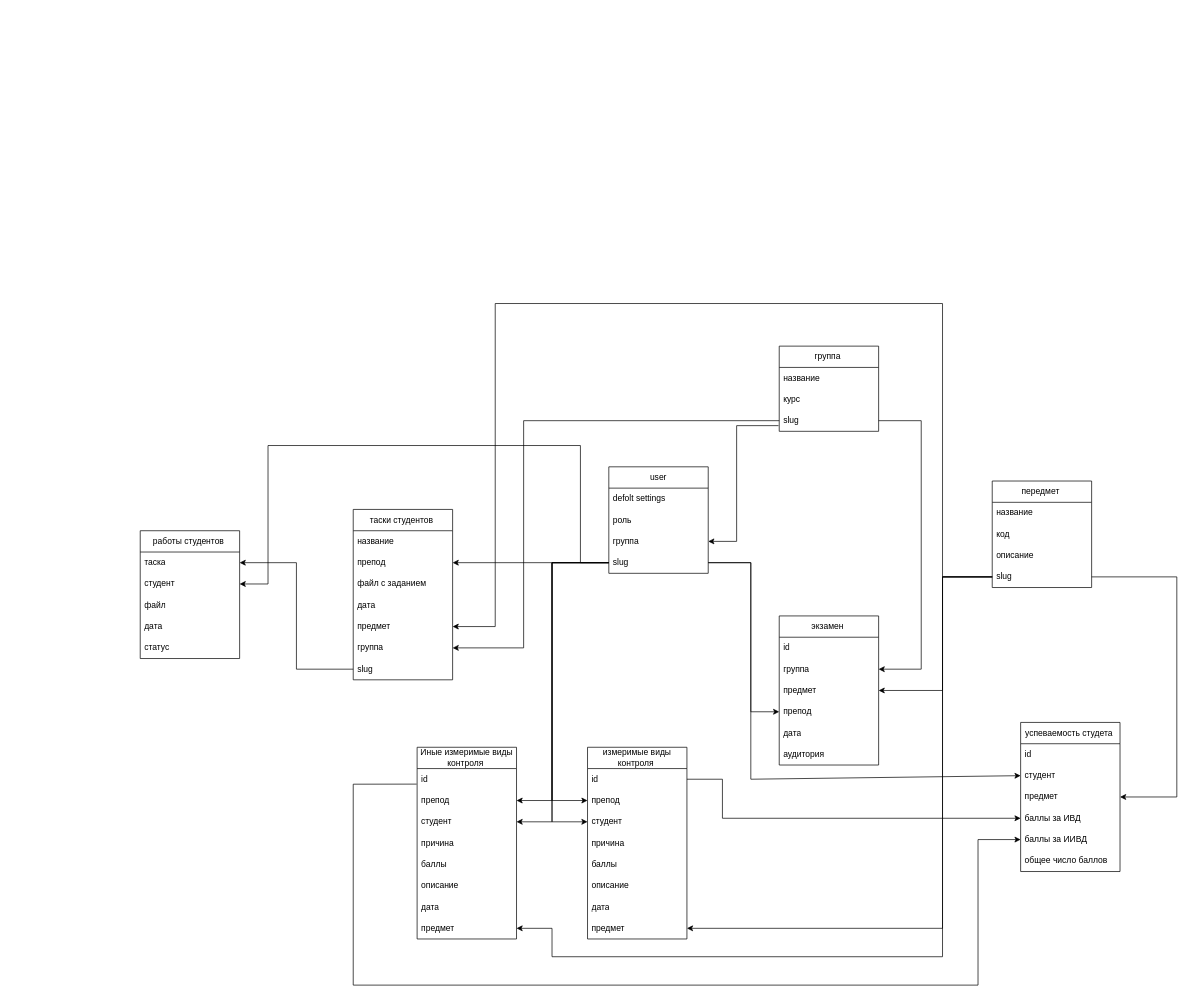
This is db.drawio from alexkhub/GraduateWork, a draw.io file, before an edit. Source tidied: cells renumbered, new cells numbered last; positions are measured from the earlier drawing's top-left corner, leaving out a move shared by most shapes. Both pictures are drawn from the tidied source at 71%, with x=0, y=0 at pixel (140, 303).
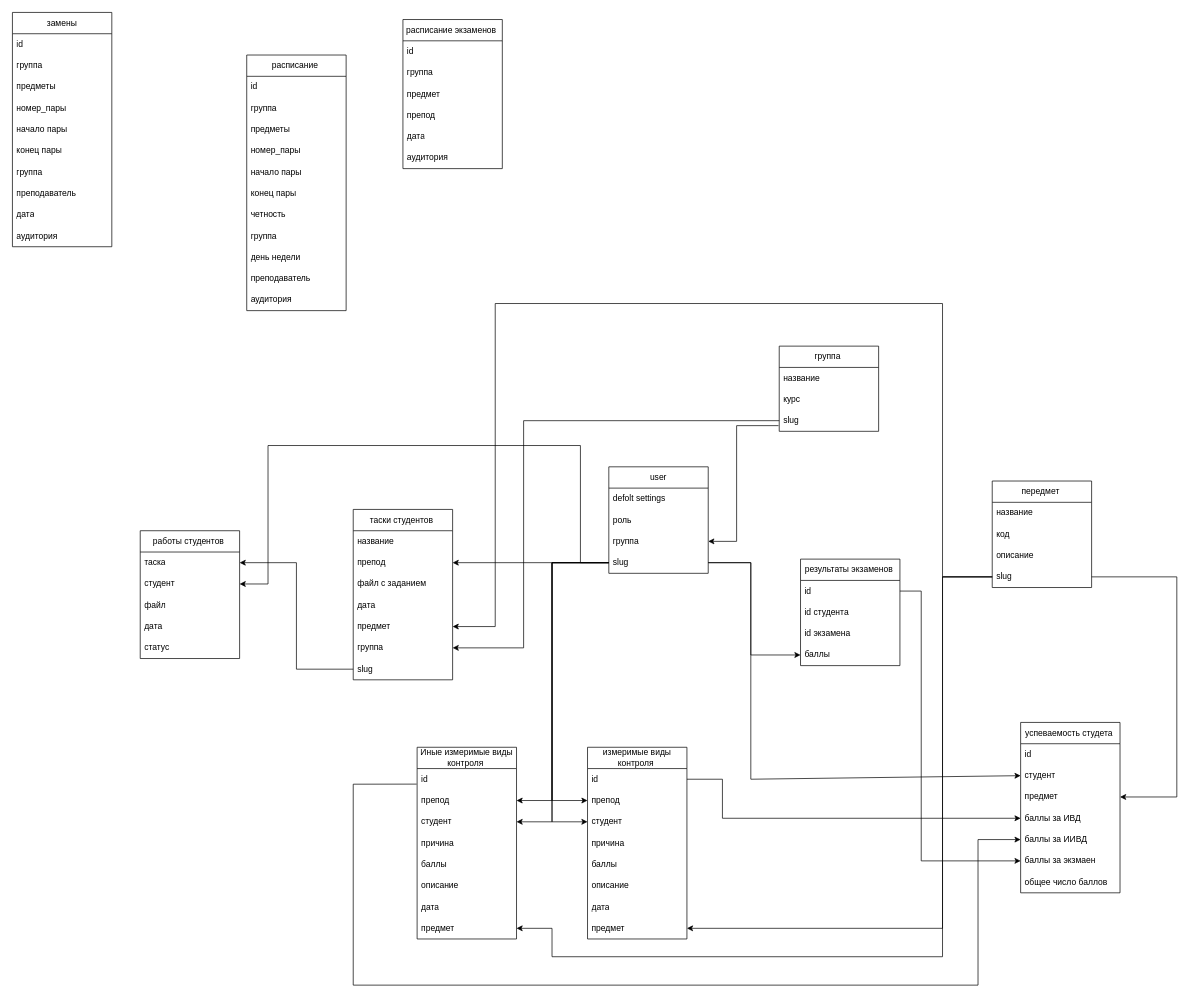
Above is the later version.

The change refers to these unchanged cells:
```xml
<mxCell id="6" value="slug" style="text;strokeColor=none;fillColor=none;align=left;verticalAlign=middle;spacingLeft=4;spacingRight=4;overflow=hidden;points=[[0,0.5],[1,0.5]];portConstraint=eastwest;whiteSpace=wrap;html=1;" parent="2" vertex="1">
  <mxGeometry y="120" width="140" height="30" as="geometry" />
</mxCell>
<mxCell id="10" value="slug" style="text;strokeColor=none;fillColor=none;align=left;verticalAlign=middle;spacingLeft=4;spacingRight=4;overflow=hidden;points=[[0,0.5],[1,0.5]];portConstraint=eastwest;whiteSpace=wrap;html=1;" parent="7" vertex="1">
  <mxGeometry y="90" width="140" height="30" as="geometry" />
</mxCell>
<mxCell id="16" value="slug" style="text;strokeColor=none;fillColor=none;align=left;verticalAlign=middle;spacingLeft=4;spacingRight=4;overflow=hidden;points=[[0,0.5],[1,0.5]];portConstraint=eastwest;whiteSpace=wrap;html=1;" parent="12" vertex="1">
  <mxGeometry y="120" width="140" height="30" as="geometry" />
</mxCell>
<mxCell id="19" value="группа&amp;nbsp;" style="text;strokeColor=none;fillColor=none;align=left;verticalAlign=middle;spacingLeft=4;spacingRight=4;overflow=hidden;points=[[0,0.5],[1,0.5]];portConstraint=eastwest;whiteSpace=wrap;html=1;" parent="17" vertex="1">
  <mxGeometry y="60" width="140" height="30" as="geometry" />
</mxCell>
<mxCell id="20" value="предмет&amp;nbsp;" style="text;strokeColor=none;fillColor=none;align=left;verticalAlign=middle;spacingLeft=4;spacingRight=4;overflow=hidden;points=[[0,0.5],[1,0.5]];portConstraint=eastwest;whiteSpace=wrap;html=1;" parent="17" vertex="1">
  <mxGeometry y="90" width="140" height="30" as="geometry" />
</mxCell>
<mxCell id="21" value="препод&amp;nbsp;" style="text;strokeColor=none;fillColor=none;align=left;verticalAlign=middle;spacingLeft=4;spacingRight=4;overflow=hidden;points=[[0,0.5],[1,0.5]];portConstraint=eastwest;whiteSpace=wrap;html=1;" parent="17" vertex="1">
  <mxGeometry y="120" width="140" height="30" as="geometry" />
</mxCell>
```

What changed in the source:
```diff
@@
-    <mxCell id="17" value="экзамен&amp;nbsp;" style="swimlane;fontStyle=0;horizontal=1;startSize=30;whiteSpace=wrap;html=1;" parent="1" vertex="1">
-      <mxGeometry x="900" y="440" width="140" height="210" as="geometry" />
+    <mxCell id="17" value="расписание экзаменов&amp;nbsp;" style="swimlane;fontStyle=0;horizontal=1;startSize=30;whiteSpace=wrap;html=1;" parent="1" vertex="1">
+      <mxGeometry x="370" y="-400" width="140" height="210" as="geometry" />
     </mxCell>
@@
-    <mxCell id="24" style="endArrow=classic;html=1;rounded=0;exitX=1;exitY=0.5;exitDx=0;exitDy=0;entryX=0;entryY=0.5;entryDx=0;entryDy=0;" parent="1" edge="1" source="6" target="21">
-      <mxGeometry relative="1" as="geometry">
-        <Array as="points">
-          <mxPoint x="860" y="365" />
-          <mxPoint x="860" y="575" />
-        </Array>
-      </mxGeometry>
-    </mxCell>
-    <mxCell id="25" style="endArrow=classic;html=1;rounded=0;exitX=1;exitY=0.5;exitDx=0;exitDy=0;entryX=1;entryY=0.5;entryDx=0;entryDy=0;" parent="1" edge="1" source="10" target="19">
-      <mxGeometry relative="1" as="geometry">
-        <Array as="points">
-          <mxPoint x="1100" y="165" />
-          <mxPoint x="1100" y="515" />
-        </Array>
-      </mxGeometry>
-    </mxCell>
-    <mxCell id="26" style="endArrow=classic;html=1;rounded=0;exitX=0;exitY=0.5;exitDx=0;exitDy=0;entryX=1;entryY=0.5;entryDx=0;entryDy=0;" parent="1" edge="1" source="16" target="20">
-      <mxGeometry relative="1" as="geometry">
-        <Array as="points">
-          <mxPoint x="1130" y="385" />
-          <mxPoint x="1130" y="545" />
-        </Array>
-      </mxGeometry>
-    </mxCell>
@@
     <mxCell id="49" value="успеваемость студета&amp;nbsp;" style="swimlane;fontStyle=0;horizontal=1;startSize=30;whiteSpace=wrap;html=1;" parent="1" vertex="1">
-      <mxGeometry x="1240" y="590" width="140" height="210" as="geometry" />
+      <mxGeometry x="1240" y="590" width="140" height="240" as="geometry" />
     </mxCell>
@@
+    <mxCell id="81" value="баллы за экзмаен&amp;nbsp;" style="text;strokeColor=none;fillColor=none;align=left;verticalAlign=middle;spacingLeft=4;spacingRight=4;overflow=hidden;points=[[0,0.5],[1,0.5]];portConstraint=eastwest;whiteSpace=wrap;html=1;" parent="49" vertex="1">
+      <mxGeometry y="180" width="140" height="30" as="geometry" />
+    </mxCell>
     <mxCell id="55" value="общее число баллов&amp;nbsp;" style="text;strokeColor=none;fillColor=none;align=left;verticalAlign=middle;spacingLeft=4;spacingRight=4;overflow=hidden;whiteSpace=wrap;html=1;" parent="49" vertex="1">
-      <mxGeometry y="180" width="140" height="30" as="geometry" />
+      <mxGeometry y="210" width="140" height="30" as="geometry" />
     </mxCell>
@@
+    <mxCell id="82" value="расписание&amp;nbsp;" style="swimlane;fontStyle=0;horizontal=1;startSize=30;whiteSpace=wrap;html=1;" parent="1" vertex="1">
+      <mxGeometry x="150" y="-350" width="140" height="360" as="geometry" />
+    </mxCell>
+    <mxCell id="83" value="id&amp;nbsp;" style="text;strokeColor=none;fillColor=none;align=left;verticalAlign=middle;spacingLeft=4;spacingRight=4;overflow=hidden;whiteSpace=wrap;html=1;" parent="82" vertex="1">
+      <mxGeometry y="30" width="140" height="30" as="geometry" />
+    </mxCell>
+    <mxCell id="84" value="группа&amp;nbsp;" style="text;strokeColor=none;fillColor=none;align=left;verticalAlign=middle;spacingLeft=4;spacingRight=4;overflow=hidden;whiteSpace=wrap;html=1;" parent="82" vertex="1">
+      <mxGeometry y="60" width="140" height="30" as="geometry" />
+    </mxCell>
+    <mxCell id="85" value="предметы&amp;nbsp;" style="text;strokeColor=none;fillColor=none;align=left;verticalAlign=middle;spacingLeft=4;spacingRight=4;overflow=hidden;whiteSpace=wrap;html=1;" parent="82" vertex="1">
+      <mxGeometry y="90" width="140" height="30" as="geometry" />
+    </mxCell>
+    <mxCell id="86" value="номер_пары&amp;nbsp;" style="text;strokeColor=none;fillColor=none;align=left;verticalAlign=middle;spacingLeft=4;spacingRight=4;overflow=hidden;whiteSpace=wrap;html=1;" parent="82" vertex="1">
+      <mxGeometry y="120" width="140" height="30" as="geometry" />
+    </mxCell>
+    <mxCell id="87" value="начало пары&amp;nbsp;" style="text;strokeColor=none;fillColor=none;align=left;verticalAlign=middle;spacingLeft=4;spacingRight=4;overflow=hidden;whiteSpace=wrap;html=1;" parent="82" vertex="1">
+      <mxGeometry y="150" width="140" height="30" as="geometry" />
+    </mxCell>
+    <mxCell id="88" value="конец пары" style="text;strokeColor=none;fillColor=none;align=left;verticalAlign=middle;spacingLeft=4;spacingRight=4;overflow=hidden;whiteSpace=wrap;html=1;" parent="82" vertex="1">
+      <mxGeometry y="180" width="140" height="30" as="geometry" />
+    </mxCell>
+    <mxCell id="89" value="четность&amp;nbsp;" style="text;strokeColor=none;fillColor=none;align=left;verticalAlign=middle;spacingLeft=4;spacingRight=4;overflow=hidden;whiteSpace=wrap;html=1;" parent="82" vertex="1">
+      <mxGeometry y="210" width="140" height="30" as="geometry" />
+    </mxCell>
+    <mxCell id="90" value="группа&amp;nbsp;" style="text;strokeColor=none;fillColor=none;align=left;verticalAlign=middle;spacingLeft=4;spacingRight=4;overflow=hidden;whiteSpace=wrap;html=1;" parent="82" vertex="1">
+      <mxGeometry y="240" width="140" height="30" as="geometry" />
+    </mxCell>
+    <mxCell id="91" value="день недели" style="text;strokeColor=none;fillColor=none;align=left;verticalAlign=middle;spacingLeft=4;spacingRight=4;overflow=hidden;whiteSpace=wrap;html=1;" parent="82" vertex="1">
+      <mxGeometry y="270" width="140" height="30" as="geometry" />
+    </mxCell>
+    <mxCell id="92" value="преподаватель&amp;nbsp;" style="text;strokeColor=none;fillColor=none;align=left;verticalAlign=middle;spacingLeft=4;spacingRight=4;overflow=hidden;whiteSpace=wrap;html=1;" parent="82" vertex="1">
+      <mxGeometry y="300" width="140" height="30" as="geometry" />
+    </mxCell>
+    <mxCell id="93" value="аудитория&amp;nbsp;" style="text;strokeColor=none;fillColor=none;align=left;verticalAlign=middle;spacingLeft=4;spacingRight=4;overflow=hidden;whiteSpace=wrap;html=1;" parent="82" vertex="1">
+      <mxGeometry y="330" width="140" height="30" as="geometry" />
+    </mxCell>
+    <mxCell id="94" value="замены" style="swimlane;fontStyle=0;horizontal=1;startSize=30;whiteSpace=wrap;html=1;" parent="1" vertex="1">
+      <mxGeometry x="-180" y="-410" width="140" height="330" as="geometry" />
+    </mxCell>
+    <mxCell id="95" value="id&amp;nbsp;" style="text;strokeColor=none;fillColor=none;align=left;verticalAlign=middle;spacingLeft=4;spacingRight=4;overflow=hidden;whiteSpace=wrap;html=1;" parent="94" vertex="1">
+      <mxGeometry y="30" width="140" height="30" as="geometry" />
+    </mxCell>
+    <mxCell id="96" value="группа&amp;nbsp;" style="text;strokeColor=none;fillColor=none;align=left;verticalAlign=middle;spacingLeft=4;spacingRight=4;overflow=hidden;whiteSpace=wrap;html=1;" parent="94" vertex="1">
+      <mxGeometry y="60" width="140" height="30" as="geometry" />
+    </mxCell>
+    <mxCell id="97" value="предметы&amp;nbsp;" style="text;strokeColor=none;fillColor=none;align=left;verticalAlign=middle;spacingLeft=4;spacingRight=4;overflow=hidden;whiteSpace=wrap;html=1;" parent="94" vertex="1">
+      <mxGeometry y="90" width="140" height="30" as="geometry" />
+    </mxCell>
+    <mxCell id="98" value="номер_пары&amp;nbsp;" style="text;strokeColor=none;fillColor=none;align=left;verticalAlign=middle;spacingLeft=4;spacingRight=4;overflow=hidden;whiteSpace=wrap;html=1;" parent="94" vertex="1">
+      <mxGeometry y="120" width="140" height="30" as="geometry" />
+    </mxCell>
+    <mxCell id="99" value="начало пары&amp;nbsp;" style="text;strokeColor=none;fillColor=none;align=left;verticalAlign=middle;spacingLeft=4;spacingRight=4;overflow=hidden;whiteSpace=wrap;html=1;" parent="94" vertex="1">
+      <mxGeometry y="150" width="140" height="30" as="geometry" />
+    </mxCell>
+    <mxCell id="100" value="конец пары" style="text;strokeColor=none;fillColor=none;align=left;verticalAlign=middle;spacingLeft=4;spacingRight=4;overflow=hidden;whiteSpace=wrap;html=1;" parent="94" vertex="1">
+      <mxGeometry y="180" width="140" height="30" as="geometry" />
+    </mxCell>
+    <mxCell id="101" value="группа&amp;nbsp;" style="text;strokeColor=none;fillColor=none;align=left;verticalAlign=middle;spacingLeft=4;spacingRight=4;overflow=hidden;whiteSpace=wrap;html=1;" parent="94" vertex="1">
+      <mxGeometry y="210" width="140" height="30" as="geometry" />
+    </mxCell>
+    <mxCell id="102" value="преподаватель&amp;nbsp;" style="text;strokeColor=none;fillColor=none;align=left;verticalAlign=middle;spacingLeft=4;spacingRight=4;overflow=hidden;whiteSpace=wrap;html=1;" parent="94" vertex="1">
+      <mxGeometry y="240" width="140" height="30" as="geometry" />
+    </mxCell>
+    <mxCell id="103" value="дата" style="text;strokeColor=none;fillColor=none;align=left;verticalAlign=middle;spacingLeft=4;spacingRight=4;overflow=hidden;whiteSpace=wrap;html=1;" parent="94" vertex="1">
+      <mxGeometry y="270" width="140" height="30" as="geometry" />
+    </mxCell>
+    <mxCell id="104" value="аудитория&amp;nbsp;" style="text;strokeColor=none;fillColor=none;align=left;verticalAlign=middle;spacingLeft=4;spacingRight=4;overflow=hidden;whiteSpace=wrap;html=1;" parent="94" vertex="1">
+      <mxGeometry y="300" width="140" height="30" as="geometry" />
+    </mxCell>
+    <mxCell id="105" value="результаты экзаменов&amp;nbsp;" style="swimlane;fontStyle=0;horizontal=1;startSize=30;whiteSpace=wrap;html=1;" parent="1" vertex="1">
+      <mxGeometry x="930" y="360" width="140" height="150" as="geometry" />
+    </mxCell>
+    <mxCell id="106" value="id&amp;nbsp;" style="text;strokeColor=none;fillColor=none;align=left;verticalAlign=middle;spacingLeft=4;spacingRight=4;overflow=hidden;points=[[0,0.5],[1,0.5]];portConstraint=eastwest;whiteSpace=wrap;html=1;" parent="105" vertex="1">
+      <mxGeometry y="30" width="140" height="30" as="geometry" />
+    </mxCell>
+    <mxCell id="107" value="id студента&amp;nbsp;" style="text;strokeColor=none;fillColor=none;align=left;verticalAlign=middle;spacingLeft=4;spacingRight=4;overflow=hidden;whiteSpace=wrap;html=1;" parent="105" vertex="1">
+      <mxGeometry y="60" width="140" height="30" as="geometry" />
+    </mxCell>
+    <mxCell id="108" value="id экзамена&amp;nbsp;" style="text;strokeColor=none;fillColor=none;align=left;verticalAlign=middle;spacingLeft=4;spacingRight=4;overflow=hidden;whiteSpace=wrap;html=1;" parent="105" vertex="1">
+      <mxGeometry y="90" width="140" height="30" as="geometry" />
+    </mxCell>
+    <mxCell id="109" value="баллы&amp;nbsp;" style="text;strokeColor=none;fillColor=none;align=left;verticalAlign=middle;spacingLeft=4;spacingRight=4;overflow=hidden;points=[[0,0.5],[1,0.5]];portConstraint=eastwest;whiteSpace=wrap;html=1;" parent="105" vertex="1">
+      <mxGeometry y="120" width="140" height="30" as="geometry" />
+    </mxCell>
+    <mxCell id="110" style="endArrow=classic;html=1;rounded=0;exitX=1;exitY=0.5;exitDx=0;exitDy=0;entryX=0;entryY=0.5;entryDx=0;entryDy=0;" parent="1" edge="1" source="6" target="109">
+      <mxGeometry relative="1" as="geometry">
+        <Array as="points">
+          <mxPoint x="860" y="365" />
+          <mxPoint x="860" y="495" />
+        </Array>
+      </mxGeometry>
+    </mxCell>
+    <mxCell id="111" style="endArrow=classic;html=1;rounded=0;exitX=1;exitY=0.5;exitDx=0;exitDy=0;entryX=0;entryY=0.5;entryDx=0;entryDy=0;" parent="1" edge="1" source="106" target="81">
+      <mxGeometry relative="1" as="geometry">
+        <Array as="points">
+          <mxPoint x="1100" y="405" />
+          <mxPoint x="1100" y="785" />
+        </Array>
+      </mxGeometry>
+    </mxCell>
```
